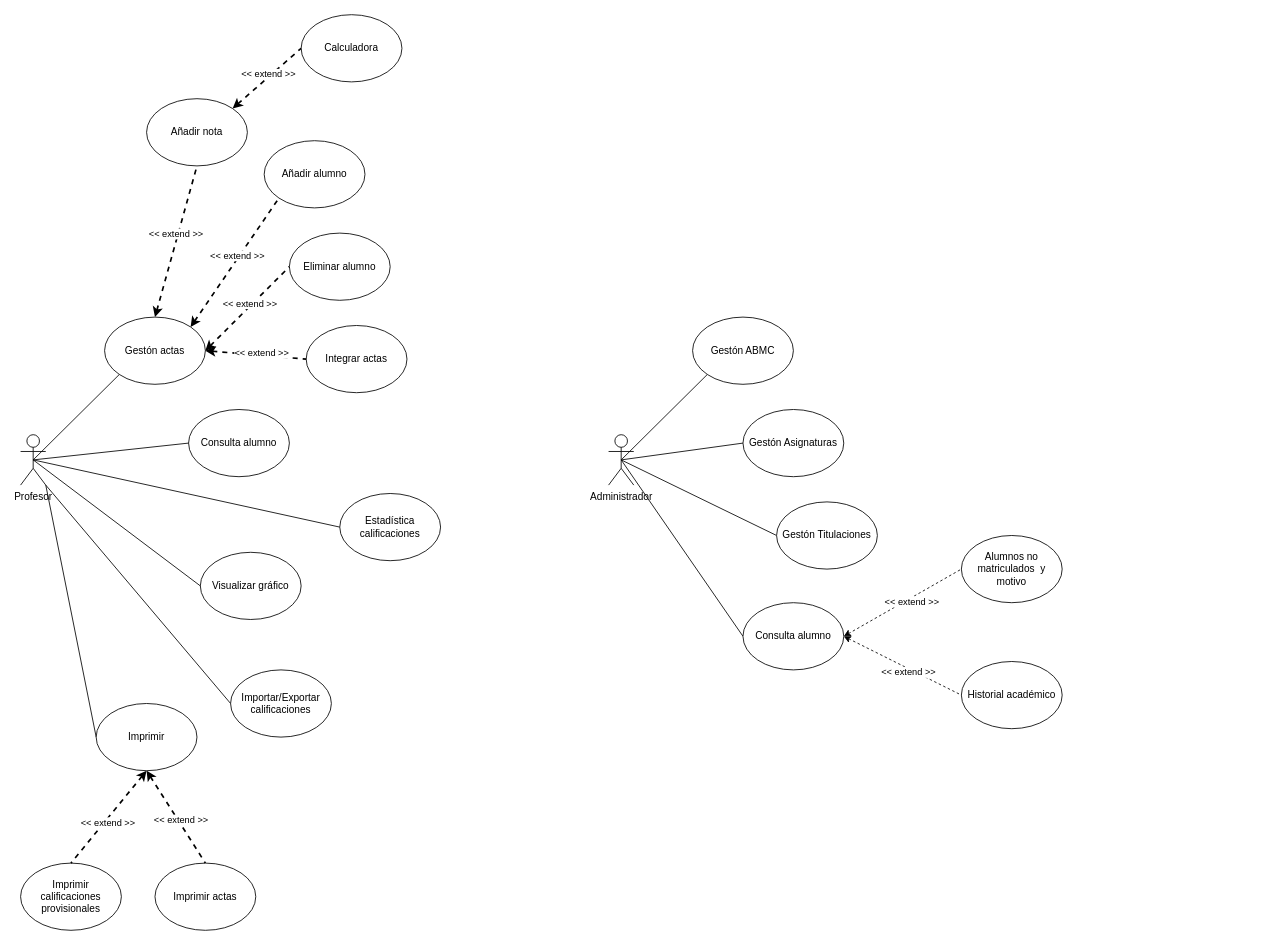
The draw.io diagram 1° DAW/ENTORNO DE DESARROLLO/UD2/Practica/actaProfesor.drawio in AndersonOlivos/DAW-SAFA, before the edit. Source tidied: cells renumbered, new cells numbered last; positions are measured from the earlier drawing's top-left corner, leaving out a move shared by most shapes. Both pictures are drawn from the tidied source at 84%, with x=0, y=0 at pixel (20, 14).
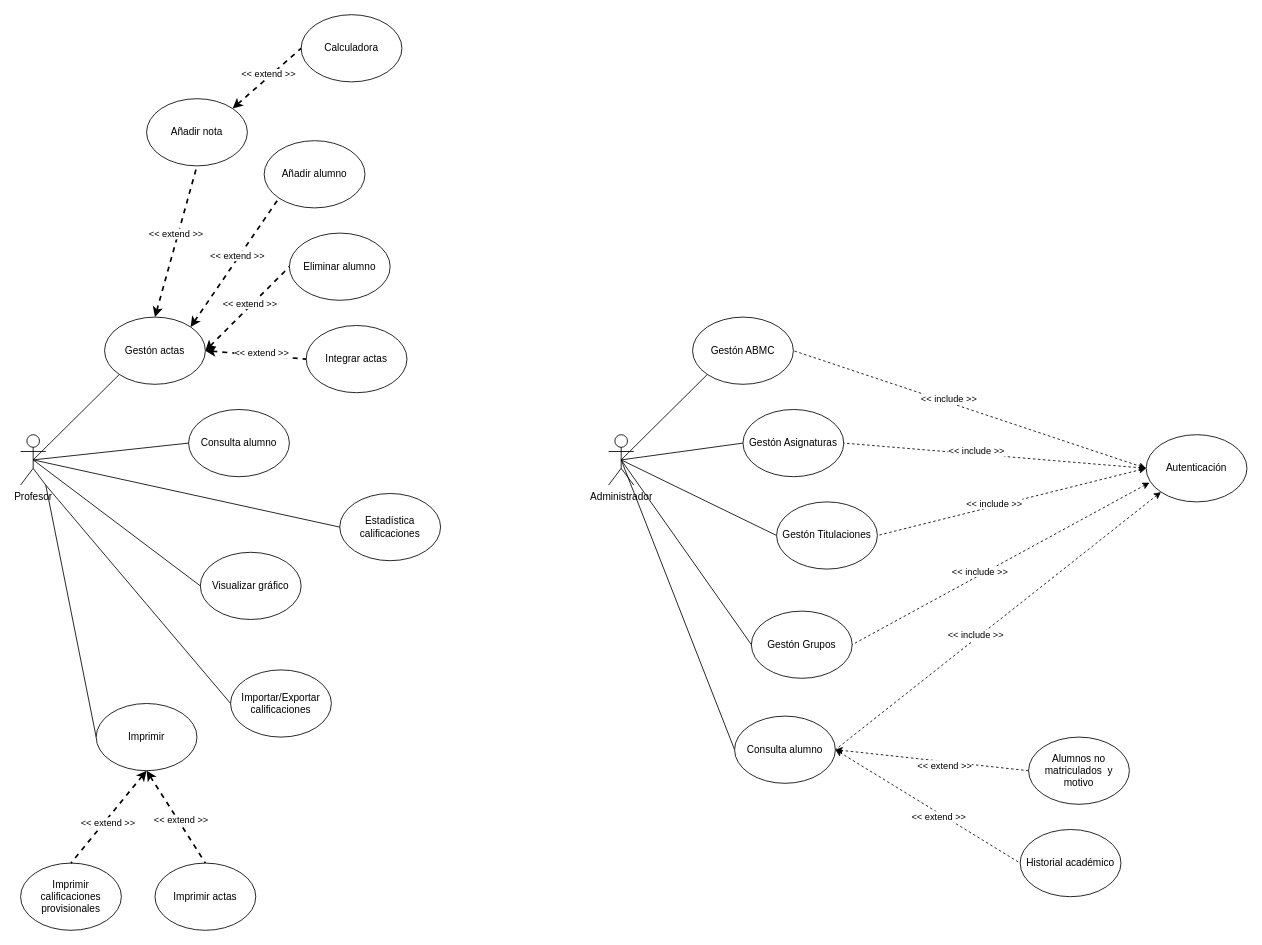
After the change.

The change refers to these unchanged cells:
```xml
<mxCell id="36" value="Administrador" style="shape=umlActor;verticalLabelPosition=bottom;verticalAlign=top;html=1;outlineConnect=0;" parent="1" vertex="1">
  <mxGeometry x="700" y="500" width="30" height="60" as="geometry" />
</mxCell>
<mxCell id="37" value="Gestón ABMC" style="ellipse;whiteSpace=wrap;html=1;" parent="1" vertex="1">
  <mxGeometry x="800" y="360" width="120" height="80" as="geometry" />
</mxCell>
<mxCell id="42" value="Gestón Asignaturas" style="ellipse;whiteSpace=wrap;html=1;" parent="1" vertex="1">
  <mxGeometry x="860" y="470" width="120" height="80" as="geometry" />
</mxCell>
<mxCell id="43" value="Gestón Titulaciones" style="ellipse;whiteSpace=wrap;html=1;" parent="1" vertex="1">
  <mxGeometry x="900" y="580" width="120" height="80" as="geometry" />
</mxCell>
```

Diff of the diagram source:
```diff
@@
     <mxCell id="46" value="Consulta alumno" style="ellipse;whiteSpace=wrap;html=1;" parent="1" vertex="1">
-      <mxGeometry x="860" y="700" width="120" height="80" as="geometry" />
+      <mxGeometry x="850" y="835" width="120" height="80" as="geometry" />
     </mxCell>
     <mxCell id="47" value="Alumnos no matriculados&amp;nbsp; y motivo" style="ellipse;whiteSpace=wrap;html=1;" parent="1" vertex="1">
-      <mxGeometry x="1120" y="620" width="120" height="80" as="geometry" />
+      <mxGeometry x="1200" y="860" width="120" height="80" as="geometry" />
     </mxCell>
     <mxCell id="48" value="Historial académico" style="ellipse;whiteSpace=wrap;html=1;" parent="1" vertex="1">
-      <mxGeometry x="1120" y="770" width="120" height="80" as="geometry" />
+      <mxGeometry x="1190" y="970" width="120" height="80" as="geometry" />
     </mxCell>
@@
+    <mxCell id="51" value="Autenticación" style="ellipse;whiteSpace=wrap;html=1;" parent="1" vertex="1">
+      <mxGeometry x="1340" y="500" width="120" height="80" as="geometry" />
+    </mxCell>
+    <mxCell id="52" style="rounded=0;jettySize=auto;html=1;entryX=1;entryY=0.5;entryDx=0;entryDy=0;dashed=1;endArrow=none;endFill=0;startArrow=classic;startFill=1;exitX=0;exitY=1;exitDx=0;exitDy=0;" parent="1" edge="1" source="51" target="46">
+      <mxGeometry relative="1" as="geometry" />
+    </mxCell>
+    <mxCell id="53" value="&amp;lt;&amp;lt; include &amp;gt;&amp;gt;" style="edgeLabel;html=1;align=center;verticalAlign=middle;" parent="52" vertex="1">
+      <mxGeometry x="0.13" y="-4" relative="1" as="geometry" />
+    </mxCell>
+    <mxCell id="54" style="rounded=0;jettySize=auto;html=1;entryX=1;entryY=0.5;entryDx=0;entryDy=0;dashed=1;endArrow=none;endFill=0;startArrow=classic;startFill=1;exitX=0;exitY=0.5;exitDx=0;exitDy=0;" parent="1" edge="1" source="51" target="43">
+      <mxGeometry relative="1" as="geometry" />
+    </mxCell>
+    <mxCell id="55" value="&amp;lt;&amp;lt; include &amp;gt;&amp;gt;" style="edgeLabel;html=1;align=center;verticalAlign=middle;" parent="54" vertex="1">
+      <mxGeometry x="0.13" y="-4" relative="1" as="geometry" />
+    </mxCell>
+    <mxCell id="56" style="rounded=0;jettySize=auto;html=1;entryX=1;entryY=0.5;entryDx=0;entryDy=0;dashed=1;endArrow=none;endFill=0;startArrow=classic;startFill=1;exitX=0;exitY=0.5;exitDx=0;exitDy=0;" parent="1" edge="1" source="51" target="42">
+      <mxGeometry relative="1" as="geometry" />
+    </mxCell>
+    <mxCell id="57" value="&amp;lt;&amp;lt; include &amp;gt;&amp;gt;" style="edgeLabel;html=1;align=center;verticalAlign=middle;" parent="56" vertex="1">
+      <mxGeometry x="0.13" y="-4" relative="1" as="geometry" />
+    </mxCell>
+    <mxCell id="58" style="rounded=0;jettySize=auto;html=1;entryX=1;entryY=0.5;entryDx=0;entryDy=0;dashed=1;endArrow=none;endFill=0;startArrow=classic;startFill=1;exitX=0;exitY=0.5;exitDx=0;exitDy=0;" parent="1" edge="1" source="51" target="37">
+      <mxGeometry relative="1" as="geometry" />
+    </mxCell>
+    <mxCell id="59" value="&amp;lt;&amp;lt; include &amp;gt;&amp;gt;" style="edgeLabel;html=1;align=center;verticalAlign=middle;" parent="58" vertex="1">
+      <mxGeometry x="0.13" y="-4" relative="1" as="geometry" />
+    </mxCell>
+    <mxCell id="60" value="Gestón Grupos" style="ellipse;whiteSpace=wrap;html=1;" parent="1" vertex="1">
+      <mxGeometry x="870" y="710" width="120" height="80" as="geometry" />
+    </mxCell>
+    <mxCell id="61" style="rounded=0;jettySize=auto;html=1;entryX=1;entryY=0.5;entryDx=0;entryDy=0;dashed=1;endArrow=none;endFill=0;startArrow=classic;startFill=1;exitX=0.033;exitY=0.713;exitDx=0;exitDy=0;exitPerimeter=0;" parent="1" edge="1" source="51" target="60">
+      <mxGeometry relative="1" as="geometry" />
+    </mxCell>
+    <mxCell id="62" value="&amp;lt;&amp;lt; include &amp;gt;&amp;gt;" style="edgeLabel;html=1;align=center;verticalAlign=middle;" parent="61" vertex="1">
+      <mxGeometry x="0.13" y="-4" relative="1" as="geometry" />
+    </mxCell>
+    <mxCell id="63" style="rounded=0;jettySize=auto;html=1;exitX=0.5;exitY=0.5;exitDx=0;exitDy=0;exitPerimeter=0;entryX=0;entryY=0.5;entryDx=0;entryDy=0;endArrow=none;endFill=0;" parent="1" edge="1" source="36" target="60">
+      <mxGeometry relative="1" as="geometry" />
+    </mxCell>
```
